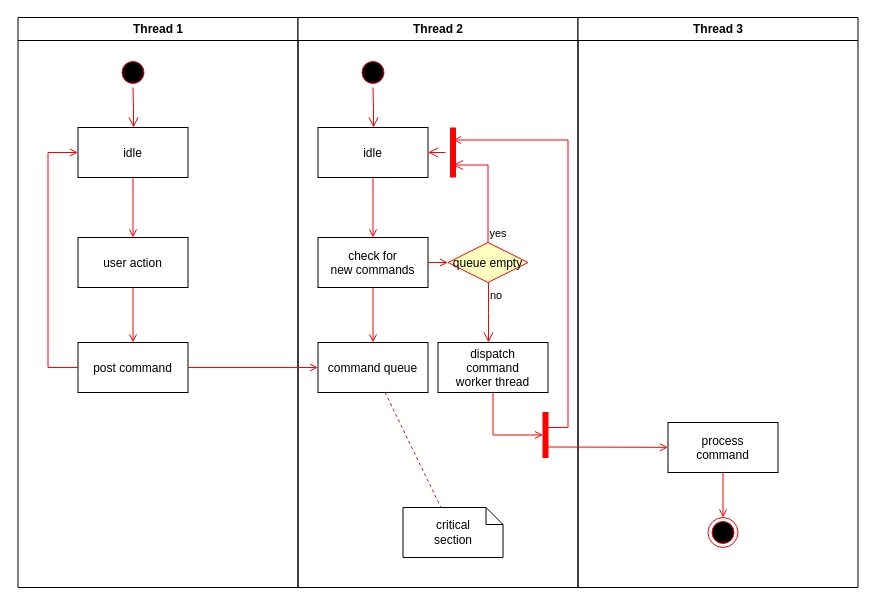
The draw.io diagram Untitled Diagram.drawio in SL-E/business-innovation-585, before the edit. Source tidied: cells renumbered, new cells numbered last; positions are measured from the earlier drawing's top-left corner, leaving out a move shared by most shapes. Both pictures are drawn from the tidied source at 100%, with x=0, y=0 at pixel (17, 17).
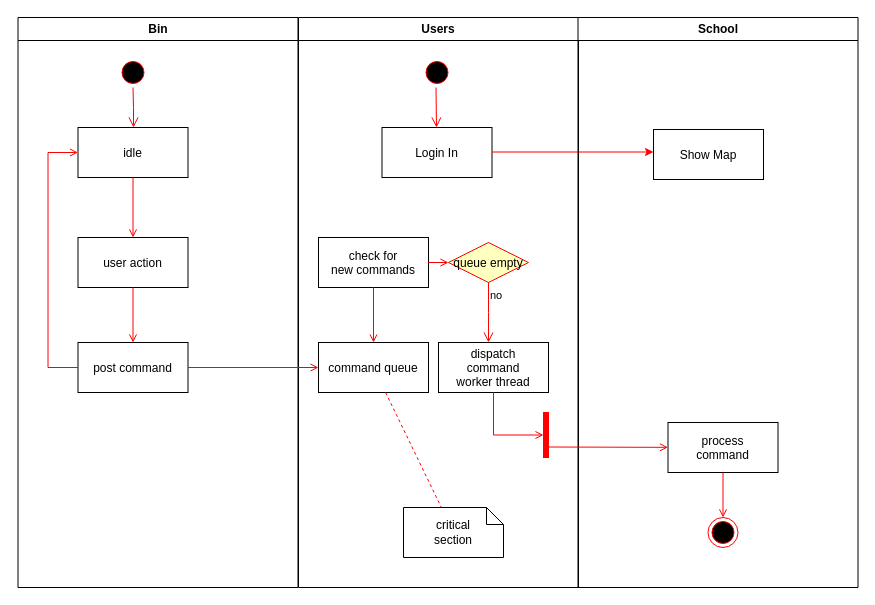
Above is the later version.

Unchanged cells that the change refers to:
```xml
<mxCell id="15" value="check for &#10;new commands" parent="11" vertex="1">
  <mxGeometry x="20" y="220" width="110" height="50" as="geometry" />
</mxCell>
<mxCell id="19" value="queue empty" style="rhombus;fillColor=#ffffc0;strokeColor=#ff0000;" parent="11" vertex="1">
  <mxGeometry x="150" y="225" width="80" height="40" as="geometry" />
</mxCell>
```

What changed in the source:
```diff
@@
-    <mxCell id="2" value="Thread 1" style="swimlane;whiteSpace=wrap;" parent="1" vertex="1">
+    <mxCell id="2" value="Bin" style="swimlane;whiteSpace=wrap;" parent="1" vertex="1">
       <mxGeometry x="0.5" width="280" height="570" as="geometry" />
     </mxCell>
@@
-    <mxCell id="11" value="Thread 2" style="swimlane;whiteSpace=wrap;" parent="1" vertex="1">
-      <mxGeometry x="280.5" width="280" height="570" as="geometry" />
+    <mxCell id="11" value="Users" style="swimlane;whiteSpace=wrap;" parent="1" vertex="1">
+      <mxGeometry x="281" width="280" height="570" as="geometry" />
     </mxCell>
     <mxCell id="12" style="ellipse;shape=startState;fillColor=#000000;strokeColor=#ff0000;" parent="11" vertex="1">
-      <mxGeometry x="60" y="40" width="30" height="30" as="geometry" />
+      <mxGeometry x="123.5" y="40" width="30" height="30" as="geometry" />
     </mxCell>
-    <mxCell id="13" style="edgeStyle=elbowEdgeStyle;elbow=horizontal;verticalAlign=bottom;endArrow=open;endSize=8;strokeColor=#FF0000;endFill=1;rounded=0;" parent="11" edge="1" source="12" target="14">
-      <mxGeometry x="40" y="20" as="geometry" />
-    </mxCell>
-    <mxCell id="14" value="idle" parent="11" vertex="1">
-      <mxGeometry x="20" y="110" width="110" height="50" as="geometry" />
+    <mxCell id="14" value="Login In" parent="11" vertex="1">
+      <mxGeometry x="83.5" y="110" width="110" height="50" as="geometry" />
     </mxCell>
@@
-    <mxCell id="16" style="endArrow=open;strokeColor=#FF0000;endFill=1;rounded=0;" parent="11" edge="1" source="14" target="15">
-      <mxGeometry relative="1" as="geometry" />
-    </mxCell>
@@
-    <mxCell id="20" value="yes" style="edgeStyle=elbowEdgeStyle;elbow=horizontal;align=left;verticalAlign=bottom;endArrow=open;endSize=8;strokeColor=#FF0000;exitX=0.5;exitY=0;endFill=1;rounded=0;entryX=0.75;entryY=0.5;entryPerimeter=0;" parent="11" edge="1" source="19" target="23">
-      <mxGeometry x="-1" relative="1" as="geometry">
-        <Array as="points">
-          <mxPoint x="190" y="180" />
-        </Array>
-      </mxGeometry>
-    </mxCell>
@@
-    <mxCell id="23" style="shape=line;strokeWidth=6;strokeColor=#ff0000;rotation=90;" parent="11" vertex="1">
-      <mxGeometry x="130" y="127.5" width="50" height="15" as="geometry" />
-    </mxCell>
-    <mxCell id="24" style="edgeStyle=elbowEdgeStyle;elbow=horizontal;verticalAlign=bottom;endArrow=open;endSize=8;strokeColor=#FF0000;endFill=1;rounded=0;" parent="11" edge="1" source="23" target="14">
-      <mxGeometry x="130" y="90" as="geometry" />
-    </mxCell>
@@
+    <mxCell id="37" style="edgeStyle=elbowEdgeStyle;elbow=horizontal;verticalAlign=bottom;endArrow=open;endSize=8;strokeColor=#FF0000;endFill=1;rounded=0;" parent="11" edge="1">
+      <mxGeometry x="-42" y="-88" as="geometry">
+        <mxPoint x="137.5" y="70" as="sourcePoint" />
+        <mxPoint x="138.5" y="110" as="targetPoint" />
+      </mxGeometry>
+    </mxCell>
+    <mxCell id="38" style="endArrow=classic;html=1;rounded=0;fillColor=#a20025;strokeColor=#FF0000;" parent="11" edge="1">
+      <mxGeometry relative="1" as="geometry">
+        <mxPoint x="193.5" y="134.5" as="sourcePoint" />
+        <mxPoint x="355" y="134.5" as="targetPoint" />
+      </mxGeometry>
+    </mxCell>
-    <mxCell id="30" value="Thread 3" style="swimlane;whiteSpace=wrap;" parent="1" vertex="1">
+    <mxCell id="30" value="School" style="swimlane;whiteSpace=wrap;" parent="1" vertex="1">
       <mxGeometry x="560.5" width="280" height="570" as="geometry" />
     </mxCell>
@@
-    <mxCell id="32" style="edgeStyle=elbowEdgeStyle;elbow=horizontal;strokeColor=#FF0000;endArrow=open;endFill=1;rounded=0;entryX=0.25;entryY=0.5;entryPerimeter=0;" parent="30" edge="1" target="23">
-      <mxGeometry relative="1" as="geometry">
-        <mxPoint x="-30" y="410" as="sourcePoint" />
-        <Array as="points">
-          <mxPoint x="-10" y="135" />
-        </Array>
-      </mxGeometry>
-    </mxCell>
@@
+    <mxCell id="39" value="Show Map" parent="30" vertex="1">
+      <mxGeometry x="75.5" y="112" width="110" height="50" as="geometry" />
+    </mxCell>
```
